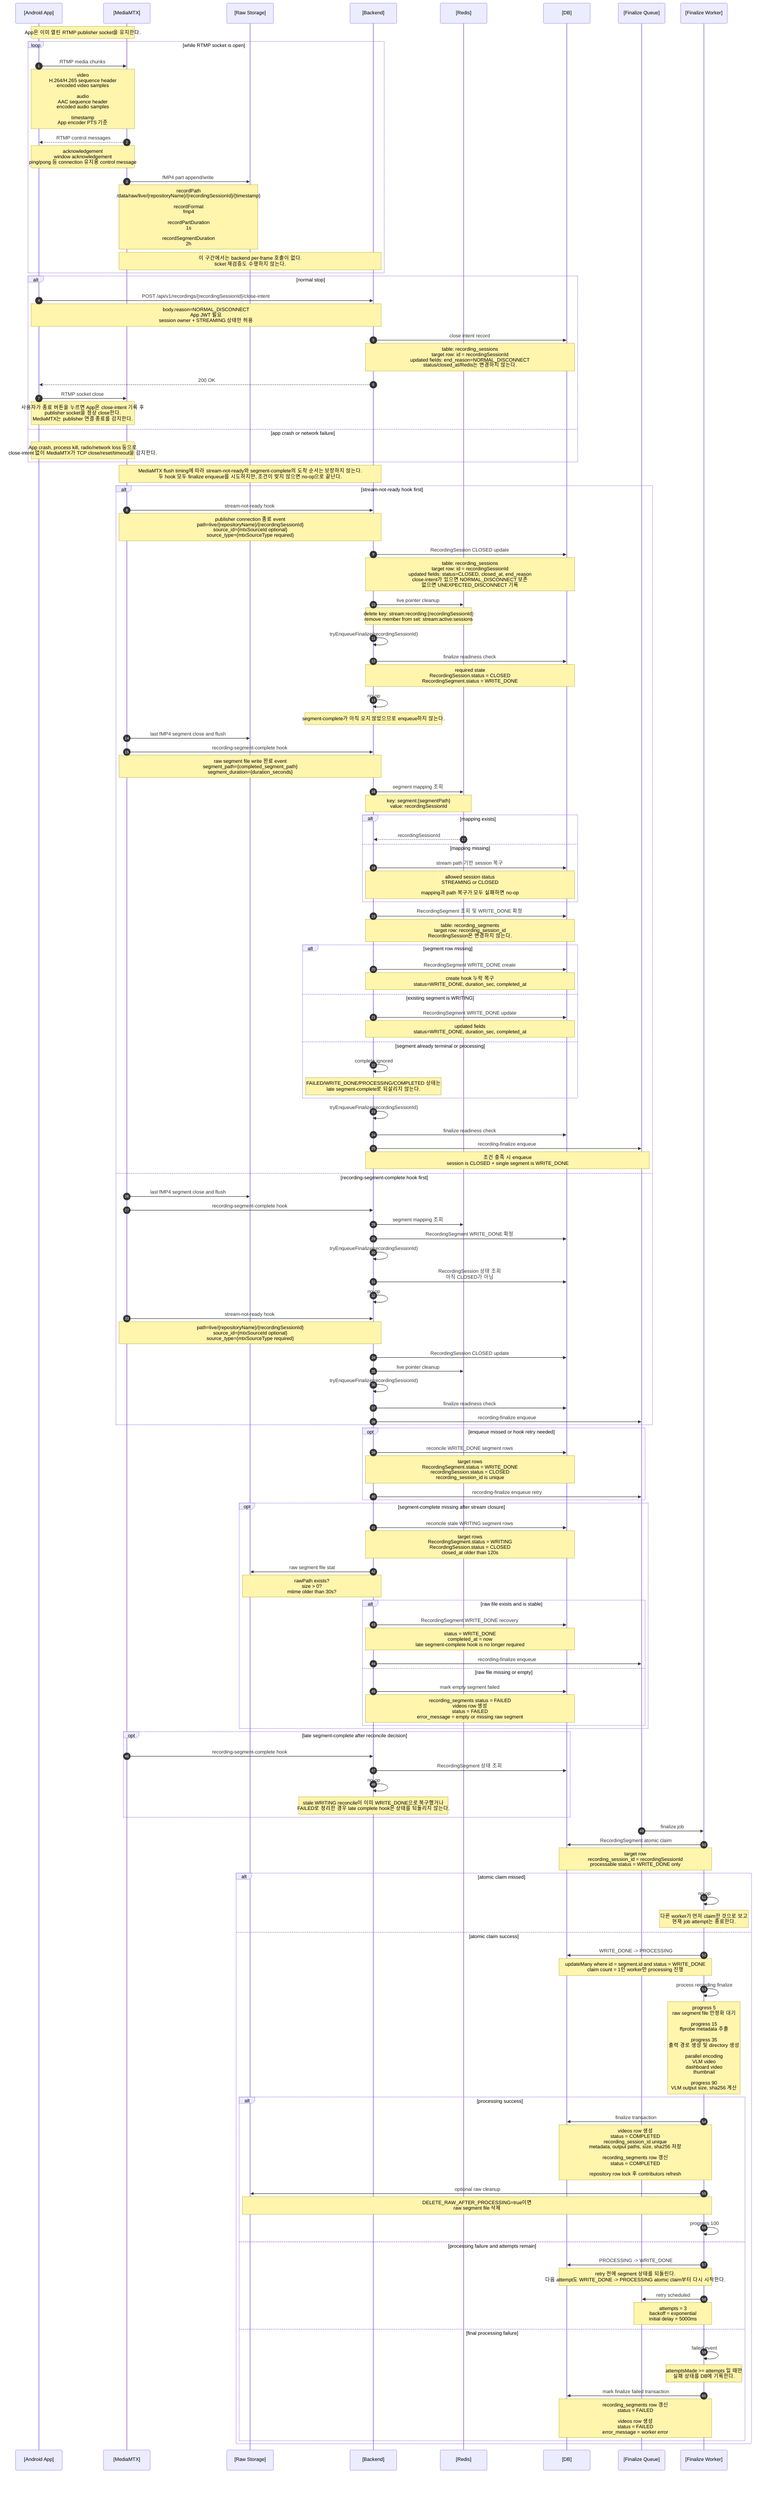
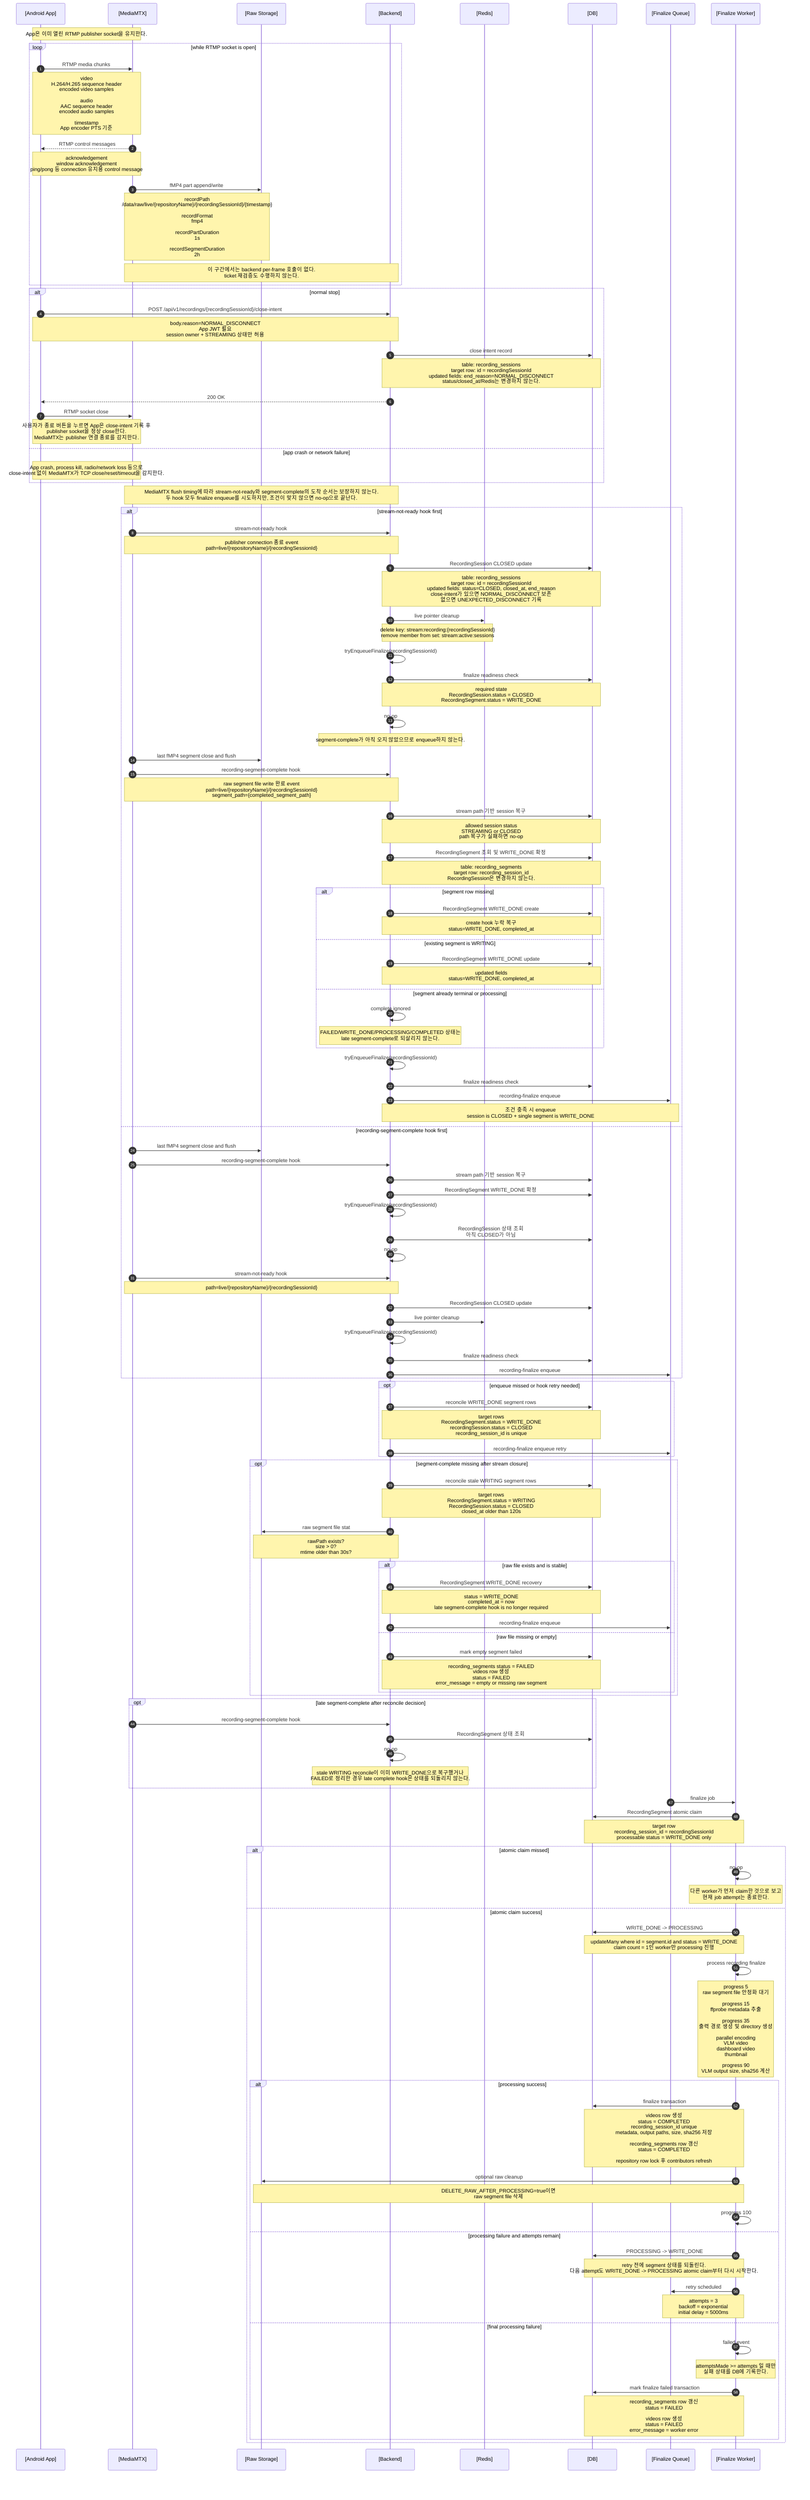
sequenceDiagram
  autonumber
  participant App as [Android App]
  participant MTX as [MediaMTX]
  participant Storage as [Raw Storage]
  participant Backend as [Backend]
  participant Redis as [Redis]
  participant DB as [DB]
  participant Queue as [Finalize Queue]
  participant Worker as [Finalize Worker]

  Note over App,MTX: App은 이미 열린 RTMP publisher socket을 유지한다.

  loop while RTMP socket is open
    App->>MTX: RTMP media chunks
    Note over App,MTX: video<br/>H.264/H.265 sequence header<br/>encoded video samples<br/><br/>audio<br/>AAC sequence header<br/>encoded audio samples<br/><br/>timestamp<br/>App encoder PTS 기준

    MTX-->>App: RTMP control messages
    Note over MTX,App: acknowledgement<br/>window acknowledgement<br/>ping/pong 등 connection 유지용 control message

    MTX->>Storage: fMP4 part append/write
    Note over MTX,Storage: recordPath<br/>/data/raw/live/{repositoryName}/{recordingSessionId}/{timestamp}<br/><br/>recordFormat<br/>fmp4<br/><br/>recordPartDuration<br/>1s<br/><br/>recordSegmentDuration<br/>2h

    Note over MTX,Backend: 이 구간에서는 backend per-frame 호출이 없다.<br/>ticket 재검증도 수행하지 않는다.
  end

  alt normal stop
    App->>Backend: POST /api/v1/recordings/{recordingSessionId}/close-intent
    Note over App,Backend: body.reason=NORMAL_DISCONNECT<br/>App JWT 필요<br/>session owner + STREAMING 상태만 허용
    Backend->>DB: close intent record
    Note over Backend,DB: table: recording_sessions<br/>target row: id = recordingSessionId<br/>updated fields: end_reason=NORMAL_DISCONNECT<br/>status/closed_at/Redis는 변경하지 않는다.
    Backend-->>App: 200 OK

    App->>MTX: RTMP socket close
    Note over App,MTX: 사용자가 종료 버튼을 누르면 App은 close-intent 기록 후<br/>publisher socket을 정상 close한다.<br/>MediaMTX는 publisher 연결 종료를 감지한다.
  else app crash or network failure
    Note over App,MTX: App crash, process kill, radio/network loss 등으로<br/>close-intent 없이 MediaMTX가 TCP close/reset/timeout을 감지한다.
  end

  Note over MTX,Backend: MediaMTX flush timing에 따라 stream-not-ready와 segment-complete의 도착 순서는 보장하지 않는다.<br/>두 hook 모두 finalize enqueue를 시도하지만, 조건이 맞지 않으면 no-op으로 끝난다.

  alt stream-not-ready hook first
    MTX->>Backend: stream-not-ready hook
-     Note over MTX,Backend: publisher connection 종료 event<br/>path=live/{repositoryName}/{recordingSessionId}<br/>source_id={mtxSourceId optional}<br/>source_type={mtxSourceType required}
+     Note over MTX,Backend: publisher connection 종료 event<br/>path=live/{repositoryName}/{recordingSessionId}

    Backend->>DB: RecordingSession CLOSED update
    Note over Backend,DB: table: recording_sessions<br/>target row: id = recordingSessionId<br/>updated fields: status=CLOSED, closed_at, end_reason<br/>close-intent가 있으면 NORMAL_DISCONNECT 보존<br/>없으면 UNEXPECTED_DISCONNECT 기록

    Backend->>Redis: live pointer cleanup
    Note over Backend,Redis: delete key: stream:recording:{recordingSessionId}<br/>remove member from set: stream:active:sessions

    Backend->>Backend: tryEnqueueFinalize(recordingSessionId)
    Backend->>DB: finalize readiness check
    Note over Backend,DB: required state<br/>RecordingSession.status = CLOSED<br/>RecordingSegment.status = WRITE_DONE

    Backend->>Backend: no-op
    Note over Backend: segment-complete가 아직 오지 않았으므로 enqueue하지 않는다.

    MTX->>Storage: last fMP4 segment close and flush
    MTX->>Backend: recording-segment-complete hook
-     Note over MTX,Backend: raw segment file write 완료 event<br/>segment_path={completed_segment_path}<br/>segment_duration={duration_seconds}
- 
-     Backend->>Redis: segment mapping 조회
-     Note over Backend,Redis: key: segment:{segmentPath}<br/>value: recordingSessionId
-     alt mapping exists
-       Redis-->>Backend: recordingSessionId
-     else mapping missing
-       Backend->>DB: stream path 기반 session 복구
-       Note over Backend,DB: allowed session status<br/>STREAMING or CLOSED<br/><br/>mapping과 path 복구가 모두 실패하면 no-op
-     end
+     Note over MTX,Backend: raw segment file write 완료 event<br/>path=live/{repositoryName}/{recordingSessionId}<br/>segment_path={completed_segment_path}
+     Backend->>DB: stream path 기반 session 복구
+     Note over Backend,DB: allowed session status<br/>STREAMING or CLOSED<br/>path 복구가 실패하면 no-op

    Backend->>DB: RecordingSegment 조회 및 WRITE_DONE 확정
    Note over Backend,DB: table: recording_segments<br/>target row: recording_session_id<br/>RecordingSession은 변경하지 않는다.
    alt segment row missing
      Backend->>DB: RecordingSegment WRITE_DONE create
-       Note over Backend,DB: create hook 누락 복구<br/>status=WRITE_DONE, duration_sec, completed_at
+       Note over Backend,DB: create hook 누락 복구<br/>status=WRITE_DONE, completed_at
    else existing segment is WRITING
      Backend->>DB: RecordingSegment WRITE_DONE update
-       Note over Backend,DB: updated fields<br/>status=WRITE_DONE, duration_sec, completed_at
+       Note over Backend,DB: updated fields<br/>status=WRITE_DONE, completed_at
    else segment already terminal or processing
      Backend->>Backend: complete ignored
      Note over Backend: FAILED/WRITE_DONE/PROCESSING/COMPLETED 상태는<br/>late segment-complete로 되살리지 않는다.
    end

    Backend->>Backend: tryEnqueueFinalize(recordingSessionId)
    Backend->>DB: finalize readiness check
    Backend->>Queue: recording-finalize enqueue
    Note over Backend,Queue: 조건 충족 시 enqueue<br/>session is CLOSED + single segment is WRITE_DONE

  else recording-segment-complete hook first
    MTX->>Storage: last fMP4 segment close and flush
    MTX->>Backend: recording-segment-complete hook
-     Backend->>Redis: segment mapping 조회
+     Backend->>DB: stream path 기반 session 복구
    Backend->>DB: RecordingSegment WRITE_DONE 확정
    Backend->>Backend: tryEnqueueFinalize(recordingSessionId)
    Backend->>DB: RecordingSession 상태 조회<br/>아직 CLOSED가 아님
    Backend->>Backend: no-op

    MTX->>Backend: stream-not-ready hook
-     Note over MTX,Backend: path=live/{repositoryName}/{recordingSessionId}<br/>source_id={mtxSourceId optional}<br/>source_type={mtxSourceType required}
+     Note over MTX,Backend: path=live/{repositoryName}/{recordingSessionId}
    Backend->>DB: RecordingSession CLOSED update
    Backend->>Redis: live pointer cleanup
    Backend->>Backend: tryEnqueueFinalize(recordingSessionId)
    Backend->>DB: finalize readiness check
    Backend->>Queue: recording-finalize enqueue
  end

  opt enqueue missed or hook retry needed
    Backend->>DB: reconcile WRITE_DONE segment rows
    Note over Backend,DB: target rows<br/>RecordingSegment.status = WRITE_DONE<br/>recordingSession.status = CLOSED<br/>recording_session_id is unique
    Backend->>Queue: recording-finalize enqueue retry
  end

  opt segment-complete missing after stream closure
    Backend->>DB: reconcile stale WRITING segment rows
    Note over Backend,DB: target rows<br/>RecordingSegment.status = WRITING<br/>RecordingSession.status = CLOSED<br/>closed_at older than 120s
    Backend->>Storage: raw segment file stat
    Note over Backend,Storage: rawPath exists?<br/>size > 0?<br/>mtime older than 30s?

    alt raw file exists and is stable
      Backend->>DB: RecordingSegment WRITE_DONE recovery
      Note over Backend,DB: status = WRITE_DONE<br/>completed_at = now<br/>late segment-complete hook is no longer required
      Backend->>Queue: recording-finalize enqueue
    else raw file missing or empty
      Backend->>DB: mark empty segment failed
      Note over Backend,DB: recording_segments status = FAILED<br/>videos row 생성<br/>status = FAILED<br/>error_message = empty or missing raw segment
    end
  end

  opt late segment-complete after reconcile decision
    MTX->>Backend: recording-segment-complete hook
    Backend->>DB: RecordingSegment 상태 조회
    Backend->>Backend: no-op
    Note over Backend: stale WRITING reconcile이 이미 WRITE_DONE으로 복구했거나<br/>FAILED로 정리한 경우 late complete hook은 상태를 되돌리지 않는다.
  end

  Queue->>Worker: finalize job
  Worker->>DB: RecordingSegment atomic claim
  Note over Worker,DB: target row<br/>recording_session_id = recordingSessionId<br/>processable status = WRITE_DONE only

  alt atomic claim missed
    Worker->>Worker: no-op
    Note over Worker: 다른 worker가 먼저 claim한 것으로 보고<br/>현재 job attempt는 종료한다.
  else atomic claim success
    Worker->>DB: WRITE_DONE -> PROCESSING
    Note over Worker,DB: updateMany where id = segment.id and status = WRITE_DONE<br/>claim count = 1인 worker만 processing 진행

    Worker->>Worker: process recording finalize
    Note over Worker: progress 5<br/>raw segment file 안정화 대기<br/><br/>progress 15<br/>ffprobe metadata 추출<br/><br/>progress 35<br/>출력 경로 생성 및 directory 생성<br/><br/>parallel encoding<br/>VLM video<br/>dashboard video<br/>thumbnail<br/><br/>progress 90<br/>VLM output size, sha256 계산

    alt processing success
      Worker->>DB: finalize transaction
      Note over Worker,DB: videos row 생성<br/>status = COMPLETED<br/>recording_session_id unique<br/>metadata, output paths, size, sha256 저장<br/><br/>recording_segments row 갱신<br/>status = COMPLETED<br/><br/>repository row lock 후 contributors refresh
      Worker->>Storage: optional raw cleanup
      Note over Worker,Storage: DELETE_RAW_AFTER_PROCESSING=true이면<br/>raw segment file 삭제
      Worker->>Worker: progress 100
    else processing failure and attempts remain
      Worker->>DB: PROCESSING -> WRITE_DONE
      Note over Worker,DB: retry 전에 segment 상태를 되돌린다.<br/>다음 attempt도 WRITE_DONE -> PROCESSING atomic claim부터 다시 시작한다.
      Worker->>Queue: retry scheduled
      Note over Worker,Queue: attempts = 3<br/>backoff = exponential<br/>initial delay = 5000ms
    else final processing failure
      Worker->>Worker: failed event
      Note over Worker: attemptsMade >= attempts 일 때만<br/>실패 상태를 DB에 기록한다.
      Worker->>DB: mark finalize failed transaction
      Note over Worker,DB: recording_segments row 갱신<br/>status = FAILED<br/><br/>videos row 생성<br/>status = FAILED<br/>error_message = worker error
    end
  end

%% 참고:
- %% 이 문서는 live cache 및 segment mapping 저장 이후 실제 RTMP media 전송,
+ %% 이 문서는 live cache 저장 이후 실제 RTMP media 전송,
%% publisher socket 종료, stream-not-ready/segment-complete hook, finalize enqueue까지 다룬다.
%% App 변경 필요:
%% App의 stop 버튼은 legacy Stop API를 호출하지 않는다.
%% App의 stop 버튼은 RTMP publisher connection을 바로 닫기 전에
%% POST /api/v1/recordings/{recordingSessionId}/close-intent 를 호출해야 한다.
%% close-intent body는 { "reason": "NORMAL_DISCONNECT" } 만 보낸다.
%% close-intent 200 OK 이후 RTMP publisher connection을 정상 close한다.
%% close-intent 호출 실패 또는 app crash/network failure로 close-intent가 누락되면
%% backend는 stream-not-ready/reconcile 시 UNEXPECTED_DISCONNECT로 기록한다.
%% stream-not-ready hook payload만으로 정상 close와 crash/reset/timeout을 정확히 구분하지 않는다.
%% close-intent가 먼저 도착한 경우 stream-not-ready는 NORMAL_DISCONNECT를 보존한다.
%% close-intent 없이 stream-not-ready가 도착하거나 MediaMTX active path missing을 reconcile이 감지하면 UNEXPECTED_DISCONNECT로 기록한다.
%% 현재 구조에서는 App이 단일 recording session을 짧게 유지하는 전제이므로
%% 정상 흐름의 segment rollover는 별도로 다루지 않는다.
%% finalize job 중복 enqueue는 jobId=finalize-{recordingSessionId}로 dedupe된다.
%% retry 가능한 worker 실패에서는 PROCESSING을 WRITE_DONE으로 되돌린 뒤 BullMQ retry에 맡긴다.
%% recording-finalize queue option: attempts=3, exponential backoff delay=5000ms, removeOnComplete=1000, removeOnFail=2000.
%% pain point: worker process crash, OOM, host kill처럼 catch/failed handler가 실행되지 않는 장애에서는 PROCESSING -> WRITE_DONE reset이 누락될 수 있다.
%% 현재 단계에서는 stale PROCESSING 복구를 구현하지 않는다. 필요해지면 reconcile 또는 processing lease 기반 복구를 추가해야 한다.
